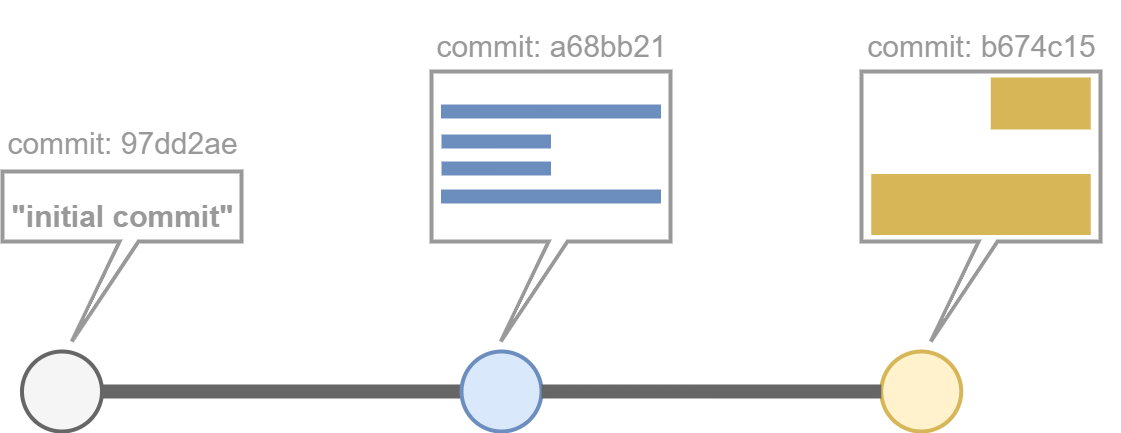
Earlier version of the draw.io export img/what_is_git_video/6_graph_representation.drawio.png (SheCodesAus/what_is_git). Source tidied: cells renumbered, new cells last; positions are measured from the earlier drawing's top-left corner, leaving out a move shared by most shapes. The source it was exported from:
```xml
<mxGraphModel>
  <root>
    <mxCell id="0" />
    <mxCell id="1" parent="0" />
    <mxCell id="2" style="shape=callout;whiteSpace=wrap;html=1;perimeter=calloutPerimeter;strokeWidth=4;base=19;size=100;position=0.49;position2=0.29;strokeColor=#999999;" parent="1" vertex="1">
      <mxGeometry x="859" y="60" width="239" height="270" as="geometry" />
    </mxCell>
    <mxCell id="3" style="shape=callout;whiteSpace=wrap;html=1;perimeter=calloutPerimeter;strokeWidth=4;base=19;size=100;position=0.49;position2=0.29;strokeColor=#999999;" parent="1" vertex="1">
      <mxGeometry x="429" y="60" width="239" height="270" as="geometry" />
    </mxCell>
    <mxCell id="4" style="verticalLabelPosition=bottom;shadow=0;dashed=0;align=center;html=1;verticalAlign=top;strokeWidth=14;shape=mxgraph.mockup.markup.line;strokeColor=#6c8ebf;fillColor=#dae8fc;" parent="1" vertex="1">
      <mxGeometry x="438.5" y="90" width="220" height="20" as="geometry" />
    </mxCell>
    <mxCell id="5" style="verticalLabelPosition=bottom;shadow=0;dashed=0;align=center;html=1;verticalAlign=top;strokeWidth=14;shape=mxgraph.mockup.markup.line;strokeColor=#6c8ebf;fillColor=#dae8fc;" parent="1" vertex="1">
      <mxGeometry x="439" y="120" width="109.5" height="20" as="geometry" />
    </mxCell>
    <mxCell id="6" style="verticalLabelPosition=bottom;shadow=0;dashed=0;align=center;html=1;verticalAlign=top;strokeWidth=14;shape=mxgraph.mockup.markup.line;strokeColor=#6c8ebf;fillColor=#dae8fc;" parent="1" vertex="1">
      <mxGeometry x="439" y="147" width="109.5" height="20" as="geometry" />
    </mxCell>
    <mxCell id="7" style="verticalLabelPosition=bottom;shadow=0;dashed=0;align=center;html=1;verticalAlign=top;strokeWidth=14;shape=mxgraph.mockup.markup.line;strokeColor=#6c8ebf;fillColor=#dae8fc;" parent="1" vertex="1">
      <mxGeometry x="438.5" y="175" width="220" height="20" as="geometry" />
    </mxCell>
    <mxCell id="8" style="verticalLabelPosition=bottom;shadow=0;dashed=0;align=center;html=1;verticalAlign=top;strokeWidth=61;shape=mxgraph.mockup.markup.line;strokeColor=#d6b656;fillColor=#fff2cc;" parent="1" vertex="1">
      <mxGeometry x="868.8" y="183" width="219.5" height="20" as="geometry" />
    </mxCell>
    <mxCell id="9" style="verticalLabelPosition=bottom;shadow=0;dashed=0;align=center;html=1;verticalAlign=top;strokeWidth=52;shape=mxgraph.mockup.markup.line;strokeColor=#d6b656;fillColor=#fff2cc;" parent="1" vertex="1">
      <mxGeometry x="988.2" y="82" width="100" height="20" as="geometry" />
    </mxCell>
    <mxCell id="10" style="ellipse;whiteSpace=wrap;html=1;strokeWidth=4;fillColor=#f5f5f5;fontColor=#333333;strokeColor=#666666;" parent="1" vertex="1">
      <mxGeometry x="19.5" y="340" width="80" height="80" as="geometry" />
    </mxCell>
    <mxCell id="11" style="endArrow=none;html=1;exitX=1;exitY=0.5;exitDx=0;exitDy=0;strokeWidth=14;strokeColor=#666666;entryX=0;entryY=0.5;entryDx=0;entryDy=0;" parent="1" edge="1" source="10" target="12">
      <mxGeometry relative="1" as="geometry" />
    </mxCell>
    <mxCell id="12" style="ellipse;whiteSpace=wrap;html=1;strokeWidth=4;fillColor=#dae8fc;strokeColor=#6c8ebf;" parent="1" vertex="1">
      <mxGeometry x="459" y="340" width="80" height="80" as="geometry" />
    </mxCell>
    <mxCell id="13" style="ellipse;whiteSpace=wrap;html=1;strokeWidth=4;fillColor=#fff2cc;strokeColor=#d6b656;" parent="1" vertex="1">
      <mxGeometry x="878.8" y="340" width="80" height="80" as="geometry" />
    </mxCell>
    <mxCell id="14" style="endArrow=none;html=1;strokeWidth=14;strokeColor=#666666;entryX=0;entryY=0.5;entryDx=0;entryDy=0;exitX=1;exitY=0.5;exitDx=0;exitDy=0;" parent="1" edge="1" source="12" target="13">
      <mxGeometry relative="1" as="geometry" />
    </mxCell>
    <mxCell id="15" style="shape=callout;whiteSpace=wrap;html=1;perimeter=calloutPerimeter;strokeWidth=4;base=19;size=100;position=0.49;position2=0.29;strokeColor=#999999;" parent="1" vertex="1">
      <mxGeometry y="160" width="239" height="170" as="geometry" />
    </mxCell>
    <mxCell id="16" value="&lt;font style=&quot;font-size: 30px;&quot;&gt;&quot;initial commit&quot;&lt;/font&gt;" style="text;strokeColor=none;fillColor=none;html=1;fontSize=60;fontStyle=1;verticalAlign=middle;align=center;fontColor=#999999;" parent="1" vertex="1">
      <mxGeometry y="170" width="240" height="50" as="geometry" />
    </mxCell>
    <mxCell id="17" value="&lt;span style=&quot;font-weight: normal;&quot;&gt;&lt;font style=&quot;&quot; color=&quot;#999999&quot;&gt;&lt;span style=&quot;font-size: 30px;&quot;&gt;commit:&amp;nbsp;&lt;/span&gt;&lt;span style=&quot;text-align: left;&quot;&gt;&lt;font style=&quot;font-size: 30px;&quot;&gt;97dd2ae&lt;/font&gt;&lt;/span&gt;&lt;/font&gt;&lt;/span&gt;" style="text;strokeColor=none;fillColor=none;html=1;fontSize=60;fontStyle=1;verticalAlign=middle;align=center;" parent="1" vertex="1">
      <mxGeometry x="44.9" y="97" width="150.2" height="50" as="geometry" />
    </mxCell>
    <mxCell id="18" value="&lt;div style=&quot;text-align: left;&quot;&gt;&lt;span style=&quot;background-color: initial; font-weight: normal;&quot;&gt;&lt;font color=&quot;#999999&quot;&gt;&lt;span style=&quot;font-size: 30px;&quot;&gt;commit:&amp;nbsp;&lt;/span&gt;&lt;/font&gt;&lt;/span&gt;&lt;span style=&quot;background-color: initial; font-size: 30px; font-weight: 400;&quot;&gt;&lt;font color=&quot;#999999&quot;&gt;a68bb21&lt;/font&gt;&lt;/span&gt;&lt;/div&gt;" style="text;strokeColor=none;fillColor=none;html=1;fontSize=60;fontStyle=1;verticalAlign=middle;align=center;" parent="1" vertex="1">
      <mxGeometry x="473.4" width="150.2" height="50" as="geometry" />
    </mxCell>
    <mxCell id="19" value="&lt;div style=&quot;text-align: left;&quot;&gt;&lt;span style=&quot;background-color: initial; font-weight: normal;&quot;&gt;&lt;font color=&quot;#999999&quot;&gt;&lt;span style=&quot;font-size: 30px;&quot;&gt;commit:&amp;nbsp;&lt;/span&gt;&lt;/font&gt;&lt;/span&gt;&lt;span style=&quot;color: rgb(153, 153, 153); background-color: initial; font-size: 30px; font-weight: 400;&quot;&gt;b674c15&lt;/span&gt;&lt;/div&gt;" style="text;strokeColor=none;fillColor=none;html=1;fontSize=60;fontStyle=1;verticalAlign=middle;align=center;" parent="1" vertex="1">
      <mxGeometry x="903.4" width="150.2" height="50" as="geometry" />
    </mxCell>
  </root>
</mxGraphModel>
```
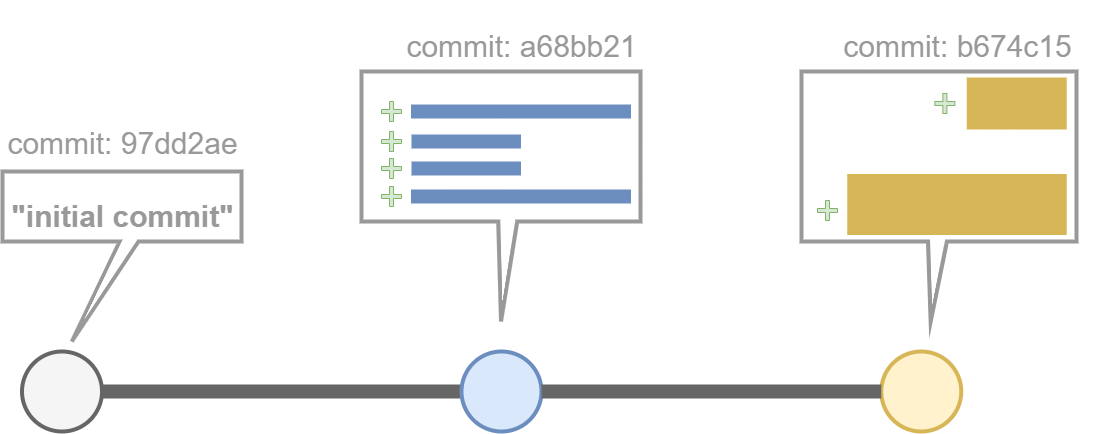
Later version of the same file.

Change to the diagram source:
```diff
@@ -2,30 +2,6 @@
   <root>
     <mxCell id="0" />
     <mxCell id="1" parent="0" />
-    <mxCell id="2" style="shape=callout;whiteSpace=wrap;html=1;perimeter=calloutPerimeter;strokeWidth=4;base=19;size=100;position=0.49;position2=0.29;strokeColor=#999999;" parent="1" vertex="1">
-      <mxGeometry x="859" y="60" width="239" height="270" as="geometry" />
-    </mxCell>
-    <mxCell id="3" style="shape=callout;whiteSpace=wrap;html=1;perimeter=calloutPerimeter;strokeWidth=4;base=19;size=100;position=0.49;position2=0.29;strokeColor=#999999;" parent="1" vertex="1">
-      <mxGeometry x="429" y="60" width="239" height="270" as="geometry" />
-    </mxCell>
-    <mxCell id="4" style="verticalLabelPosition=bottom;shadow=0;dashed=0;align=center;html=1;verticalAlign=top;strokeWidth=14;shape=mxgraph.mockup.markup.line;strokeColor=#6c8ebf;fillColor=#dae8fc;" parent="1" vertex="1">
-      <mxGeometry x="438.5" y="90" width="220" height="20" as="geometry" />
-    </mxCell>
-    <mxCell id="5" style="verticalLabelPosition=bottom;shadow=0;dashed=0;align=center;html=1;verticalAlign=top;strokeWidth=14;shape=mxgraph.mockup.markup.line;strokeColor=#6c8ebf;fillColor=#dae8fc;" parent="1" vertex="1">
-      <mxGeometry x="439" y="120" width="109.5" height="20" as="geometry" />
-    </mxCell>
-    <mxCell id="6" style="verticalLabelPosition=bottom;shadow=0;dashed=0;align=center;html=1;verticalAlign=top;strokeWidth=14;shape=mxgraph.mockup.markup.line;strokeColor=#6c8ebf;fillColor=#dae8fc;" parent="1" vertex="1">
-      <mxGeometry x="439" y="147" width="109.5" height="20" as="geometry" />
-    </mxCell>
-    <mxCell id="7" style="verticalLabelPosition=bottom;shadow=0;dashed=0;align=center;html=1;verticalAlign=top;strokeWidth=14;shape=mxgraph.mockup.markup.line;strokeColor=#6c8ebf;fillColor=#dae8fc;" parent="1" vertex="1">
-      <mxGeometry x="438.5" y="175" width="220" height="20" as="geometry" />
-    </mxCell>
-    <mxCell id="8" style="verticalLabelPosition=bottom;shadow=0;dashed=0;align=center;html=1;verticalAlign=top;strokeWidth=61;shape=mxgraph.mockup.markup.line;strokeColor=#d6b656;fillColor=#fff2cc;" parent="1" vertex="1">
-      <mxGeometry x="868.8" y="183" width="219.5" height="20" as="geometry" />
-    </mxCell>
-    <mxCell id="9" style="verticalLabelPosition=bottom;shadow=0;dashed=0;align=center;html=1;verticalAlign=top;strokeWidth=52;shape=mxgraph.mockup.markup.line;strokeColor=#d6b656;fillColor=#fff2cc;" parent="1" vertex="1">
-      <mxGeometry x="988.2" y="82" width="100" height="20" as="geometry" />
-    </mxCell>
     <mxCell id="10" style="ellipse;whiteSpace=wrap;html=1;strokeWidth=4;fillColor=#f5f5f5;fontColor=#333333;strokeColor=#666666;" parent="1" vertex="1">
       <mxGeometry x="19.5" y="340" width="80" height="80" as="geometry" />
     </mxCell>
@@ -50,11 +26,53 @@
     <mxCell id="17" value="&lt;span style=&quot;font-weight: normal;&quot;&gt;&lt;font style=&quot;&quot; color=&quot;#999999&quot;&gt;&lt;span style=&quot;font-size: 30px;&quot;&gt;commit:&amp;nbsp;&lt;/span&gt;&lt;span style=&quot;text-align: left;&quot;&gt;&lt;font style=&quot;font-size: 30px;&quot;&gt;97dd2ae&lt;/font&gt;&lt;/span&gt;&lt;/font&gt;&lt;/span&gt;" style="text;strokeColor=none;fillColor=none;html=1;fontSize=60;fontStyle=1;verticalAlign=middle;align=center;" parent="1" vertex="1">
       <mxGeometry x="44.9" y="97" width="150.2" height="50" as="geometry" />
     </mxCell>
+    <mxCell id="19" style="shape=callout;whiteSpace=wrap;html=1;perimeter=calloutPerimeter;strokeWidth=4;base=19;size=80;position=0.46;position2=0.47;strokeColor=#999999;" parent="1" vertex="1">
+      <mxGeometry x="799" y="60" width="275" height="250" as="geometry" />
+    </mxCell>
+    <mxCell id="20" style="shape=callout;whiteSpace=wrap;html=1;perimeter=calloutPerimeter;strokeWidth=4;base=19;size=100;position=0.49;position2=0.5;strokeColor=#999999;" parent="1" vertex="1">
+      <mxGeometry x="359" y="60" width="279" height="250" as="geometry" />
+    </mxCell>
+    <mxCell id="21" style="verticalLabelPosition=bottom;shadow=0;dashed=0;align=center;html=1;verticalAlign=top;strokeWidth=14;shape=mxgraph.mockup.markup.line;strokeColor=#6c8ebf;fillColor=#dae8fc;" parent="1" vertex="1">
+      <mxGeometry x="408.5" y="90" width="220" height="20" as="geometry" />
+    </mxCell>
+    <mxCell id="22" style="verticalLabelPosition=bottom;shadow=0;dashed=0;align=center;html=1;verticalAlign=top;strokeWidth=14;shape=mxgraph.mockup.markup.line;strokeColor=#6c8ebf;fillColor=#dae8fc;" parent="1" vertex="1">
+      <mxGeometry x="409" y="120" width="109.5" height="20" as="geometry" />
+    </mxCell>
+    <mxCell id="23" style="verticalLabelPosition=bottom;shadow=0;dashed=0;align=center;html=1;verticalAlign=top;strokeWidth=14;shape=mxgraph.mockup.markup.line;strokeColor=#6c8ebf;fillColor=#dae8fc;" parent="1" vertex="1">
+      <mxGeometry x="409" y="147" width="109.5" height="20" as="geometry" />
+    </mxCell>
+    <mxCell id="24" style="verticalLabelPosition=bottom;shadow=0;dashed=0;align=center;html=1;verticalAlign=top;strokeWidth=14;shape=mxgraph.mockup.markup.line;strokeColor=#6c8ebf;fillColor=#dae8fc;" parent="1" vertex="1">
+      <mxGeometry x="408.5" y="175" width="220" height="20" as="geometry" />
+    </mxCell>
+    <mxCell id="25" style="verticalLabelPosition=bottom;shadow=0;dashed=0;align=center;html=1;verticalAlign=top;strokeWidth=61;shape=mxgraph.mockup.markup.line;strokeColor=#d6b656;fillColor=#fff2cc;" parent="1" vertex="1">
+      <mxGeometry x="844.8" y="183" width="219.5" height="20" as="geometry" />
+    </mxCell>
+    <mxCell id="26" style="verticalLabelPosition=bottom;shadow=0;dashed=0;align=center;html=1;verticalAlign=top;strokeWidth=52;shape=mxgraph.mockup.markup.line;strokeColor=#d6b656;fillColor=#fff2cc;" parent="1" vertex="1">
+      <mxGeometry x="964.2" y="82" width="100" height="20" as="geometry" />
+    </mxCell>
     <mxCell id="18" value="&lt;div style=&quot;text-align: left;&quot;&gt;&lt;span style=&quot;background-color: initial; font-weight: normal;&quot;&gt;&lt;font color=&quot;#999999&quot;&gt;&lt;span style=&quot;font-size: 30px;&quot;&gt;commit:&amp;nbsp;&lt;/span&gt;&lt;/font&gt;&lt;/span&gt;&lt;span style=&quot;background-color: initial; font-size: 30px; font-weight: 400;&quot;&gt;&lt;font color=&quot;#999999&quot;&gt;a68bb21&lt;/font&gt;&lt;/span&gt;&lt;/div&gt;" style="text;strokeColor=none;fillColor=none;html=1;fontSize=60;fontStyle=1;verticalAlign=middle;align=center;" parent="1" vertex="1">
-      <mxGeometry x="473.4" width="150.2" height="50" as="geometry" />
+      <mxGeometry x="443.4" width="150.2" height="50" as="geometry" />
     </mxCell>
-    <mxCell id="19" value="&lt;div style=&quot;text-align: left;&quot;&gt;&lt;span style=&quot;background-color: initial; font-weight: normal;&quot;&gt;&lt;font color=&quot;#999999&quot;&gt;&lt;span style=&quot;font-size: 30px;&quot;&gt;commit:&amp;nbsp;&lt;/span&gt;&lt;/font&gt;&lt;/span&gt;&lt;span style=&quot;color: rgb(153, 153, 153); background-color: initial; font-size: 30px; font-weight: 400;&quot;&gt;b674c15&lt;/span&gt;&lt;/div&gt;" style="text;strokeColor=none;fillColor=none;html=1;fontSize=60;fontStyle=1;verticalAlign=middle;align=center;" parent="1" vertex="1">
-      <mxGeometry x="903.4" width="150.2" height="50" as="geometry" />
-    </mxCell>
+    <mxCell id="27" value="&lt;div style=&quot;text-align: left;&quot;&gt;&lt;span style=&quot;background-color: initial; font-weight: normal;&quot;&gt;&lt;font color=&quot;#999999&quot;&gt;&lt;span style=&quot;font-size: 30px;&quot;&gt;commit:&amp;nbsp;&lt;/span&gt;&lt;/font&gt;&lt;/span&gt;&lt;span style=&quot;color: rgb(153, 153, 153); background-color: initial; font-size: 30px; font-weight: 400;&quot;&gt;b674c15&lt;/span&gt;&lt;/div&gt;" style="text;strokeColor=none;fillColor=none;html=1;fontSize=60;fontStyle=1;verticalAlign=middle;align=center;" parent="1" vertex="1">
+      <mxGeometry x="879.4" width="150.2" height="50" as="geometry" />
+    </mxCell>
+    <mxCell id="28" style="shape=cross;whiteSpace=wrap;html=1;fillColor=#d5e8d4;strokeColor=#82b366;" parent="1" vertex="1">
+      <mxGeometry x="932.4" y="82" width="20" height="20" as="geometry" />
+    </mxCell>
+    <mxCell id="29" style="shape=cross;whiteSpace=wrap;html=1;fillColor=#d5e8d4;strokeColor=#82b366;" parent="1" vertex="1">
+      <mxGeometry x="815" y="189" width="20" height="20" as="geometry" />
+    </mxCell>
+    <mxCell id="30" style="shape=cross;whiteSpace=wrap;html=1;fillColor=#d5e8d4;strokeColor=#82b366;" parent="1" vertex="1">
+      <mxGeometry x="379" y="90" width="20" height="20" as="geometry" />
+    </mxCell>
+    <mxCell id="31" style="shape=cross;whiteSpace=wrap;html=1;fillColor=#d5e8d4;strokeColor=#82b366;" parent="1" vertex="1">
+      <mxGeometry x="379" y="120" width="20" height="20" as="geometry" />
+    </mxCell>
+    <mxCell id="32" style="shape=cross;whiteSpace=wrap;html=1;fillColor=#d5e8d4;strokeColor=#82b366;" parent="1" vertex="1">
+      <mxGeometry x="379" y="147" width="20" height="20" as="geometry" />
+    </mxCell>
+    <mxCell id="33" style="shape=cross;whiteSpace=wrap;html=1;fillColor=#d5e8d4;strokeColor=#82b366;" parent="1" vertex="1">
+      <mxGeometry x="379" y="175" width="20" height="20" as="geometry" />
+    </mxCell>
   </root>
 </mxGraphModel>
```
